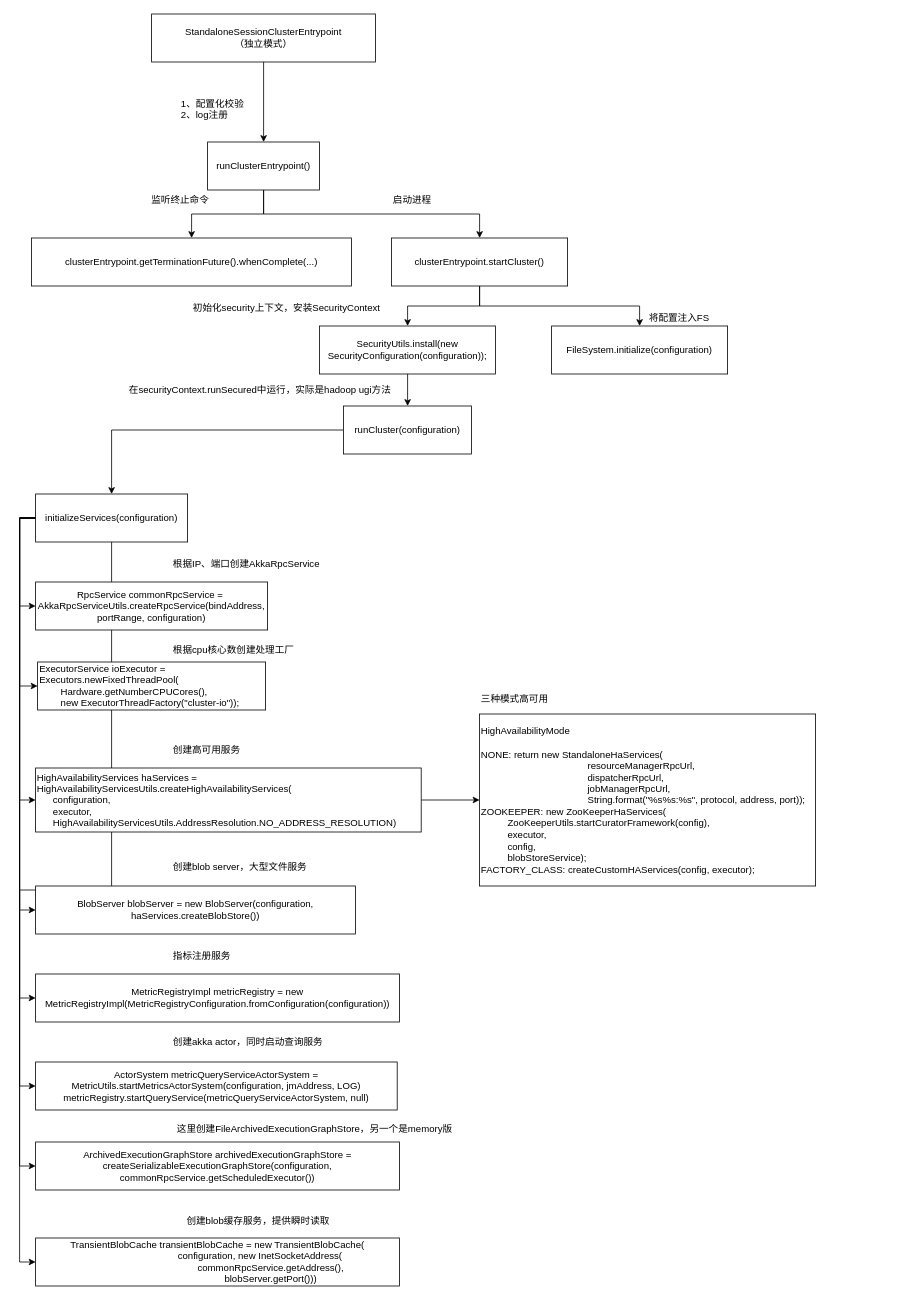
Earlier version of the draw.io diagram flink-runtime/flink-runtime.drawio (yeweicheng/flink). Source tidied: cells renumbered, new cells numbered last; positions are measured from the earlier drawing's top-left corner, leaving out a move shared by most shapes. Both pictures are drawn from the tidied source at 80%, with x=0, y=0 at pixel (31, 14).
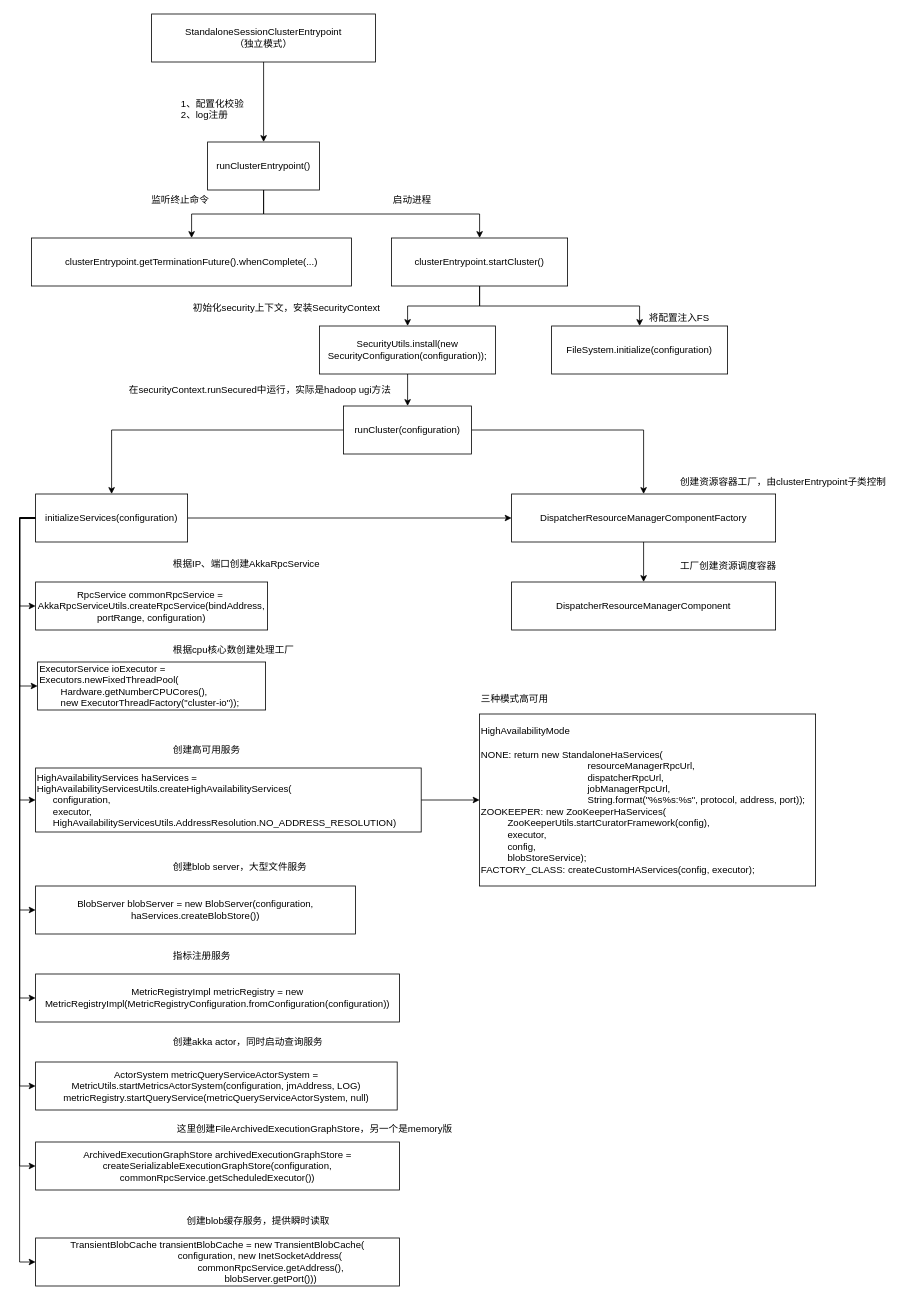
The same page after the edit.

The change refers to these unchanged cells:
```xml
<mxCell id="13" value="runCluster(configuration)" style="rounded=0;whiteSpace=wrap;html=1;labelBackgroundColor=none;fontSize=12;" parent="1" vertex="1">
  <mxGeometry x="390" y="490" width="160" height="60" as="geometry" />
</mxCell>
<mxCell id="31" value="initializeServices(configuration)" style="rounded=0;whiteSpace=wrap;html=1;labelBackgroundColor=none;fontSize=12;" parent="1" vertex="1">
  <mxGeometry x="5" y="600" width="190" height="60" as="geometry" />
</mxCell>
<mxCell id="49" value="&lt;div&gt;TransientBlobCache transientBlobCache = new TransientBlobCache(&lt;/div&gt;&lt;div&gt;&lt;span style=&quot;white-space: pre&quot;&gt;&#9;&#9;&#9;&#9;&lt;/span&gt;configuration, new InetSocketAddress(&lt;/div&gt;&lt;div&gt;&lt;span style=&quot;white-space: pre&quot;&gt;&#9;&#9;&#9;&#9;&#9;&lt;/span&gt;commonRpcService.getAddress(),&lt;/div&gt;&lt;div&gt;&lt;span style=&quot;white-space: pre&quot;&gt;&#9;&#9;&#9;&#9;&#9;&lt;/span&gt;blobServer.getPort()))&lt;/div&gt;" style="rounded=0;whiteSpace=wrap;html=1;" parent="1" vertex="1">
  <mxGeometry x="5" y="1530" width="455" height="60" as="geometry" />
</mxCell>
```

Change to the diagram source:
```diff
@@
+    <mxCell id="51" style="edgeStyle=orthogonalEdgeStyle;rounded=0;jettySize=auto;html=1;entryX=0.5;entryY=0;entryDx=0;entryDy=0;" parent="1" edge="1" source="13" target="54">
+      <mxGeometry relative="1" as="geometry" />
+    </mxCell>
@@
-    <mxCell id="30" style="edgeStyle=orthogonalEdgeStyle;rounded=0;jettySize=auto;html=1;entryX=0;entryY=0.5;entryDx=0;entryDy=0;" parent="1" edge="1" source="31" target="49">
+    <mxCell id="30" style="edgeStyle=orthogonalEdgeStyle;rounded=0;jettySize=auto;html=1;entryX=0;entryY=0.5;entryDx=0;entryDy=0;exitX=0;exitY=0.5;exitDx=0;exitDy=0;" parent="1" edge="1" source="31" target="49">
       <mxGeometry relative="1" as="geometry" />
     </mxCell>
+    <mxCell id="52" style="edgeStyle=orthogonalEdgeStyle;rounded=0;jettySize=auto;html=1;entryX=0;entryY=0.5;entryDx=0;entryDy=0;" parent="1" edge="1" source="31" target="54">
+      <mxGeometry relative="1" as="geometry" />
+    </mxCell>
@@
+    <mxCell id="53" style="edgeStyle=orthogonalEdgeStyle;rounded=0;jettySize=auto;html=1;" parent="1" edge="1" source="54" target="55">
+      <mxGeometry relative="1" as="geometry" />
+    </mxCell>
+    <mxCell id="54" value="DispatcherResourceManagerComponentFactory" style="rounded=0;whiteSpace=wrap;html=1;" parent="1" vertex="1">
+      <mxGeometry x="600" y="600" width="330" height="60" as="geometry" />
+    </mxCell>
+    <mxCell id="55" value="DispatcherResourceManagerComponent" style="rounded=0;whiteSpace=wrap;html=1;" parent="1" vertex="1">
+      <mxGeometry x="600" y="710" width="330" height="60" as="geometry" />
+    </mxCell>
+    <mxCell id="56" value="创建资源容器工厂，由clusterEntrypoint子类控制" style="text;html=1;align=left;verticalAlign=top;spacingTop=-4;" parent="1" vertex="1">
+      <mxGeometry x="809" y="575" width="270" height="20" as="geometry" />
+    </mxCell>
+    <mxCell id="57" value="工厂创建资源调度容器" style="text;html=1;align=left;verticalAlign=top;spacingTop=-4;" parent="1" vertex="1">
+      <mxGeometry x="809" y="680" width="140" height="20" as="geometry" />
+    </mxCell>
```
